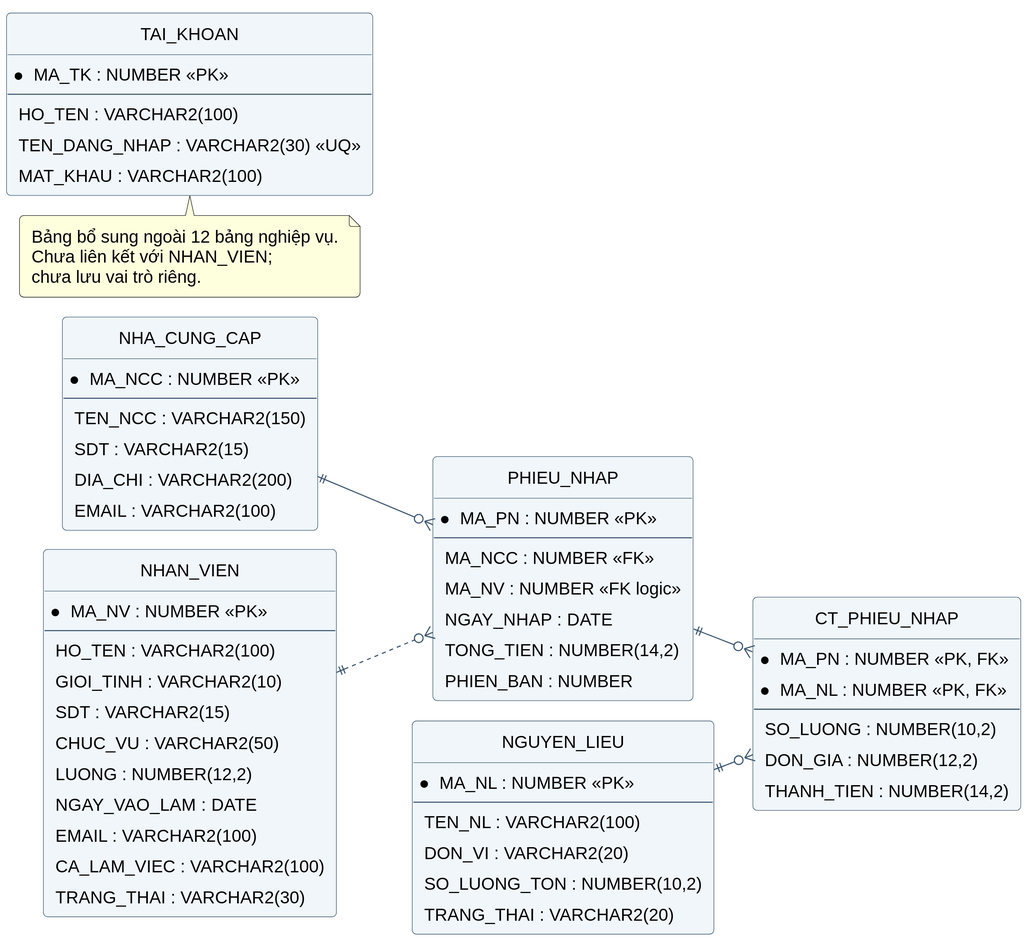
hoangbelike2004/QuanLyNHHS keeps this PlantUML diagram as BaoCao_PTTKHDoiTuong/so_do/14_erd_kho_tai_khoan.svg. Above is the earlier version.
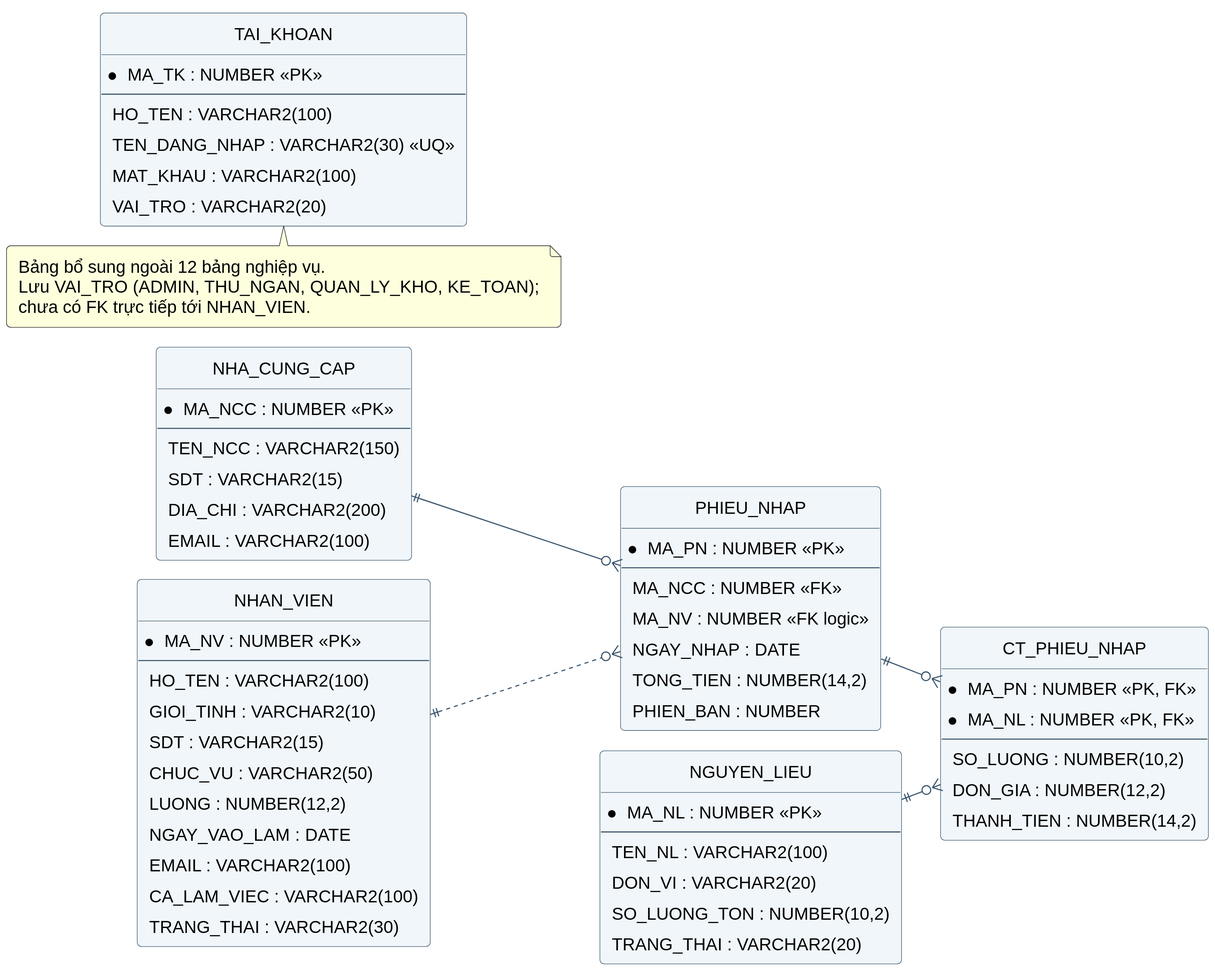
After the commit.

The edit, as a diff of the source:
```diff
@@ -70,6 +70,7 @@
  HO_TEN : VARCHAR2(100)
  TEN_DANG_NHAP : VARCHAR2(30) <<UQ>>
  MAT_KHAU : VARCHAR2(100)
+ VAI_TRO : VARCHAR2(20)
 }
 NHA_CUNG_CAP ||--o{ PHIEU_NHAP
 NHAN_VIEN ||..o{ PHIEU_NHAP
@@ -77,7 +78,7 @@
 NGUYEN_LIEU ||--o{ CT_PHIEU_NHAP
 note bottom of TAI_KHOAN
 Bảng bổ sung ngoài 12 bảng nghiệp vụ.
-Chưa liên kết với NHAN_VIEN;
-chưa lưu vai trò riêng.
+Lưu VAI_TRO (ADMIN, THU_NGAN, QUAN_LY_KHO, KE_TOAN);
+chưa có FK trực tiếp tới NHAN_VIEN.
 end note
 @enduml
```
